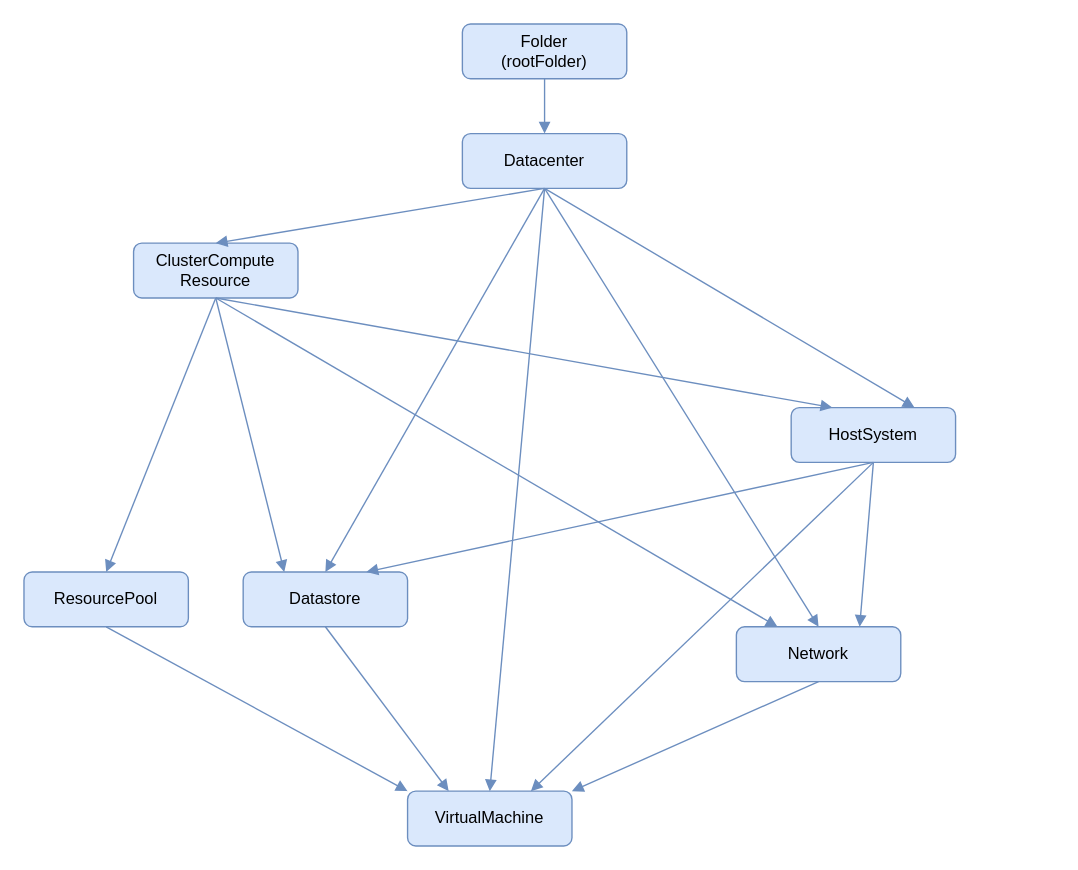
9506hqwy/vmomi-exporter keeps this draw.io diagram as docs/images/managed_entity_tree.drawio. Above is the earlier version. Source tidied: cells renumbered, new cells numbered last; positions are measured from the earlier drawing's top-left corner, leaving out a move shared by most shapes. Both pictures are drawn from the tidied source at 137%, with x=0, y=0 at pixel (23, 23).
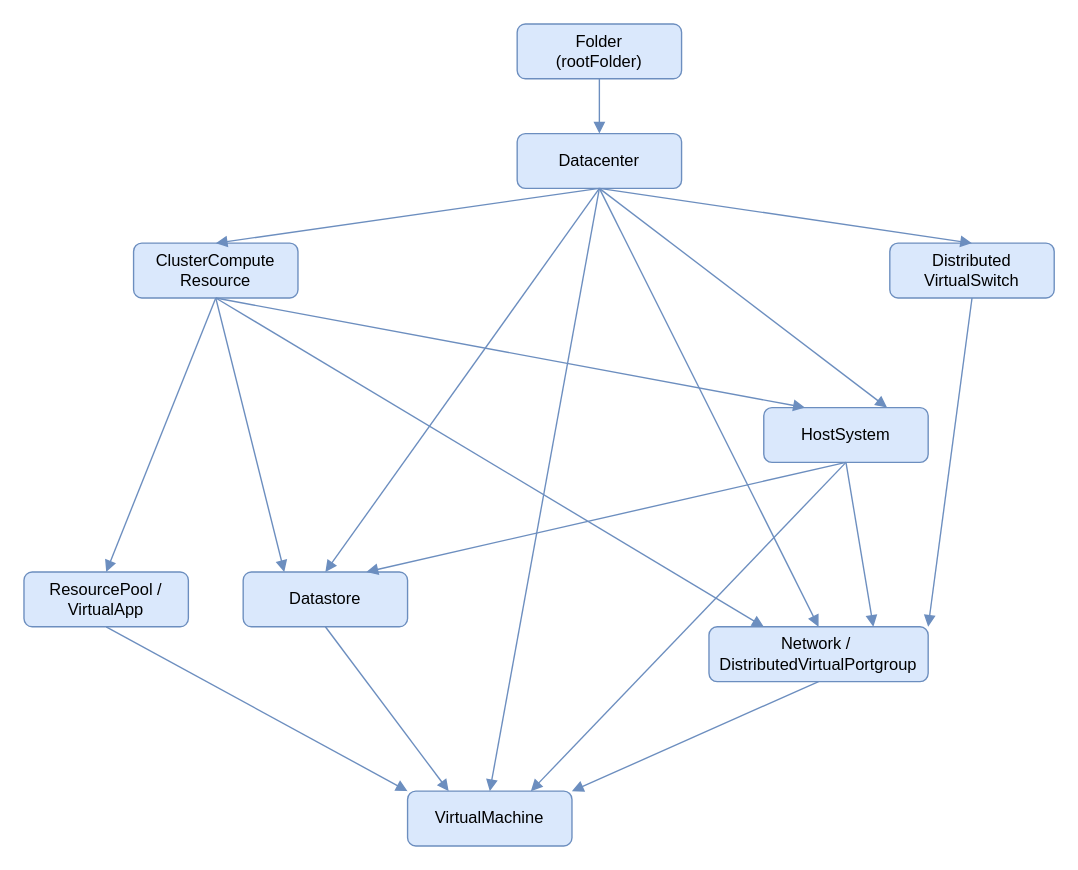
Above is the later version.

Commit message (it also covers changes not shown here):
図を更新した。

What changed in the source:
```diff
@@
     <mxCell id="2" value="&lt;div&gt;Folder&lt;/div&gt;&lt;div&gt;(rootFolder)&lt;/div&gt;" style="rounded=1;whiteSpace=wrap;html=1;fillColor=#dae8fc;strokeColor=#6c8ebf;" parent="1" vertex="1">
-      <mxGeometry x="320" width="120" height="40" as="geometry" />
+      <mxGeometry x="360" width="120" height="40" as="geometry" />
     </mxCell>
     <mxCell id="3" value="Datacenter" style="rounded=1;whiteSpace=wrap;html=1;fillColor=#dae8fc;strokeColor=#6c8ebf;" parent="1" vertex="1">
-      <mxGeometry x="320" y="80" width="120" height="40" as="geometry" />
+      <mxGeometry x="360" y="80" width="120" height="40" as="geometry" />
     </mxCell>
@@
     <mxCell id="5" value="&lt;div&gt;HostSystem&lt;/div&gt;" style="rounded=1;whiteSpace=wrap;html=1;fillColor=#dae8fc;strokeColor=#6c8ebf;" parent="1" vertex="1">
-      <mxGeometry x="560" y="280" width="120" height="40" as="geometry" />
+      <mxGeometry x="540" y="280" width="120" height="40" as="geometry" />
     </mxCell>
@@
-    <mxCell id="7" value="Network" style="rounded=1;whiteSpace=wrap;html=1;fillColor=#dae8fc;strokeColor=#6c8ebf;" parent="1" vertex="1">
-      <mxGeometry x="520" y="440" width="120" height="40" as="geometry" />
+    <mxCell id="7" value="&lt;div&gt;Network /&amp;nbsp;&lt;/div&gt;&lt;div&gt;DistributedVirtualPortgroup&lt;/div&gt;" style="rounded=1;whiteSpace=wrap;html=1;fillColor=#dae8fc;strokeColor=#6c8ebf;" parent="1" vertex="1">
+      <mxGeometry x="500" y="440" width="160" height="40" as="geometry" />
     </mxCell>
@@
-    <mxCell id="17" value="ResourcePool" style="rounded=1;whiteSpace=wrap;html=1;fillColor=#dae8fc;strokeColor=#6c8ebf;" parent="1" vertex="1">
+    <mxCell id="17" value="&lt;div&gt;ResourcePool /&lt;/div&gt;&lt;div&gt;VirtualApp&lt;/div&gt;" style="rounded=1;whiteSpace=wrap;html=1;fillColor=#dae8fc;strokeColor=#6c8ebf;" parent="1" vertex="1">
       <mxGeometry y="400" width="120" height="40" as="geometry" />
     </mxCell>
@@
+    <mxCell id="26" value="&lt;div&gt;Distributed&lt;/div&gt;&lt;div&gt;VirtualSwitch&lt;/div&gt;" style="rounded=1;whiteSpace=wrap;html=1;fillColor=#dae8fc;strokeColor=#6c8ebf;" parent="1" vertex="1">
+      <mxGeometry x="632" y="160" width="120" height="40" as="geometry" />
+    </mxCell>
+    <mxCell id="27" style="endArrow=block;html=1;rounded=0;exitX=0.5;exitY=1;exitDx=0;exitDy=0;fillColor=#dae8fc;strokeColor=#6c8ebf;endFill=1;entryX=0.5;entryY=0;entryDx=0;entryDy=0;" parent="1" edge="1" source="3" target="26">
+      <mxGeometry relative="1" as="geometry" />
+    </mxCell>
+    <mxCell id="28" style="endArrow=block;html=1;rounded=0;exitX=0.5;exitY=1;exitDx=0;exitDy=0;fillColor=#dae8fc;strokeColor=#6c8ebf;endFill=1;entryX=1;entryY=0;entryDx=0;entryDy=0;" parent="1" edge="1" source="26" target="7">
+      <mxGeometry relative="1" as="geometry" />
+    </mxCell>
```
